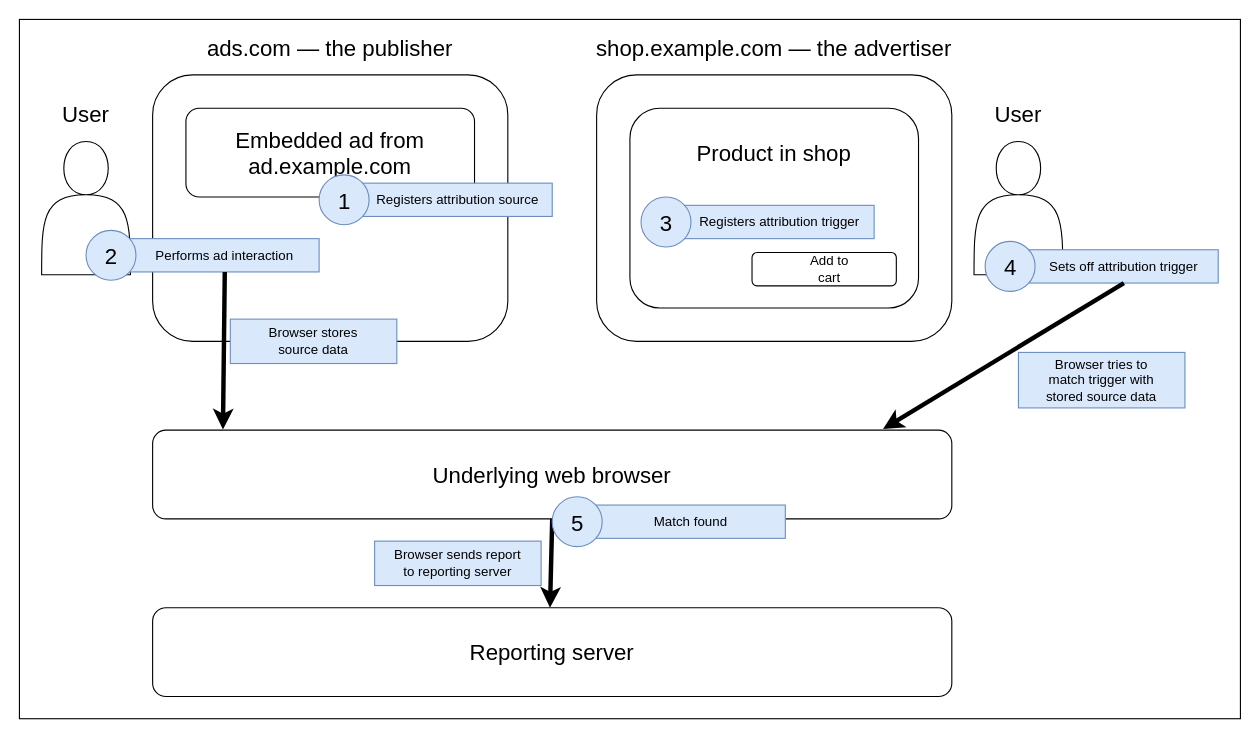
Earlier version of the draw.io diagram files/en-us/web/api/attribution_reporting_api/ara-flow.drawio (mdn/content). Source tidied: cells renumbered, new cells numbered last; positions are measured from the earlier drawing's top-left corner, leaving out a move shared by most shapes. Both pictures are drawn from the tidied source at 111%, with x=0, y=0 at pixel (19, 19).
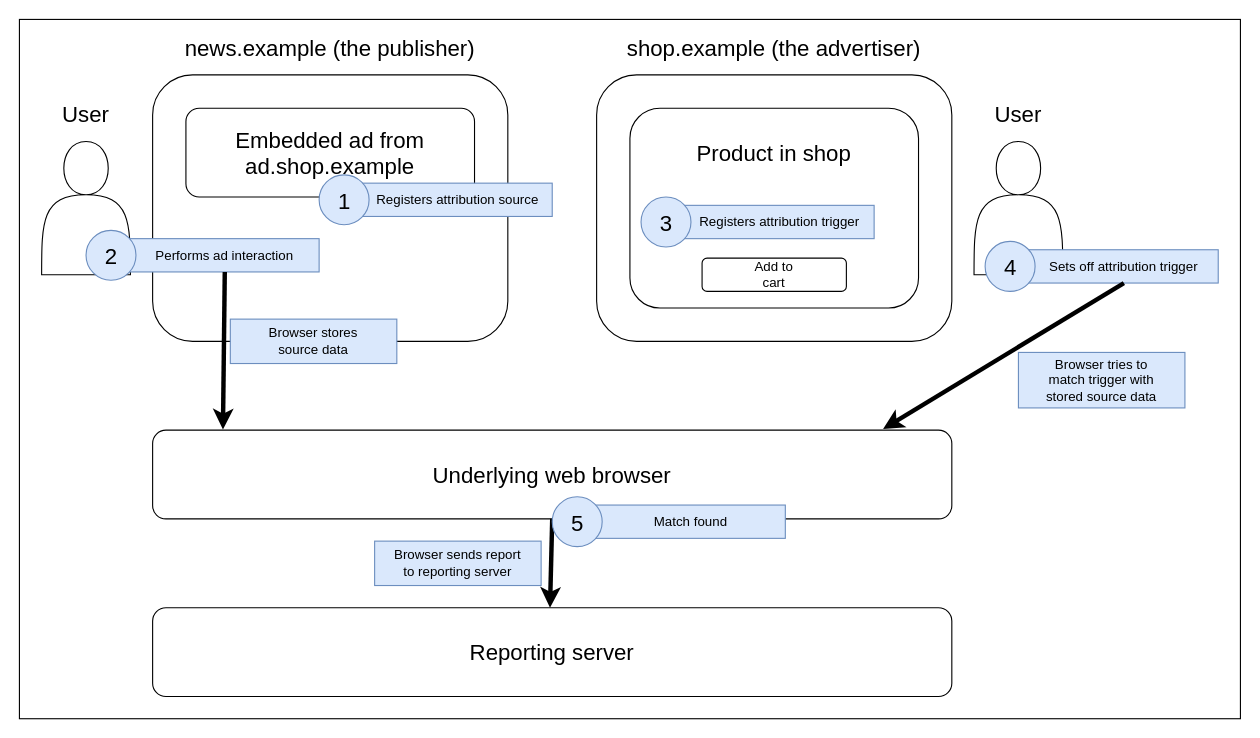
The same diagram, later.

Change to the diagram source:
```diff
@@
-    <mxCell id="5" value="&lt;font style=&quot;font-size: 20px;&quot;&gt;ads.com — the publisher&lt;/font&gt;" style="text;html=1;strokeColor=none;fillColor=none;align=center;verticalAlign=middle;whiteSpace=wrap;rounded=0;" parent="1" vertex="1">
-      <mxGeometry x="150" y="10" width="260" height="30" as="geometry" />
+    <mxCell id="5" value="&lt;font style=&quot;font-size: 20px;&quot;&gt;news.example (the publisher)&lt;/font&gt;" style="text;html=1;strokeColor=none;fillColor=none;align=center;verticalAlign=middle;whiteSpace=wrap;rounded=0;" parent="1" vertex="1">
+      <mxGeometry x="145" y="10" width="270" height="30" as="geometry" />
     </mxCell>
-    <mxCell id="6" value="&lt;font style=&quot;font-size: 20px;&quot;&gt;shop.example.com — the advertiser&lt;/font&gt;" style="text;html=1;strokeColor=none;fillColor=none;align=center;verticalAlign=middle;whiteSpace=wrap;rounded=0;" parent="1" vertex="1">
-      <mxGeometry x="510" y="10" width="340" height="30" as="geometry" />
+    <mxCell id="6" value="&lt;font style=&quot;font-size: 20px;&quot;&gt;shop.example (the advertiser)&lt;/font&gt;" style="text;html=1;strokeColor=none;fillColor=none;align=center;verticalAlign=middle;whiteSpace=wrap;rounded=0;" parent="1" vertex="1">
+      <mxGeometry x="545" y="10" width="270" height="30" as="geometry" />
     </mxCell>
@@
-    <mxCell id="8" value="&lt;font style=&quot;font-size: 20px;&quot;&gt;Embedded ad from ad.example.com&lt;br&gt;&lt;/font&gt;" style="text;html=1;strokeColor=none;fillColor=none;align=center;verticalAlign=middle;whiteSpace=wrap;rounded=0;" parent="1" vertex="1">
+    <mxCell id="8" value="&lt;font style=&quot;font-size: 20px;&quot;&gt;Embedded ad from ad.shop.example&lt;br&gt;&lt;/font&gt;" style="text;html=1;strokeColor=none;fillColor=none;align=center;verticalAlign=middle;whiteSpace=wrap;rounded=0;" parent="1" vertex="1">
       <mxGeometry x="150" y="105" width="260" height="30" as="geometry" />
     </mxCell>
@@
     <mxCell id="11" style="rounded=1;whiteSpace=wrap;html=1;" parent="1" vertex="1">
-      <mxGeometry x="660" y="210" width="130" height="30" as="geometry" />
+      <mxGeometry x="615" y="215" width="130" height="30" as="geometry" />
     </mxCell>
     <mxCell id="12" value="Add to cart" style="text;html=1;strokeColor=none;fillColor=none;align=center;verticalAlign=middle;whiteSpace=wrap;rounded=0;" parent="1" vertex="1">
-      <mxGeometry x="700" y="210" width="60" height="30" as="geometry" />
+      <mxGeometry x="650" y="215" width="60" height="30" as="geometry" />
     </mxCell>
```
